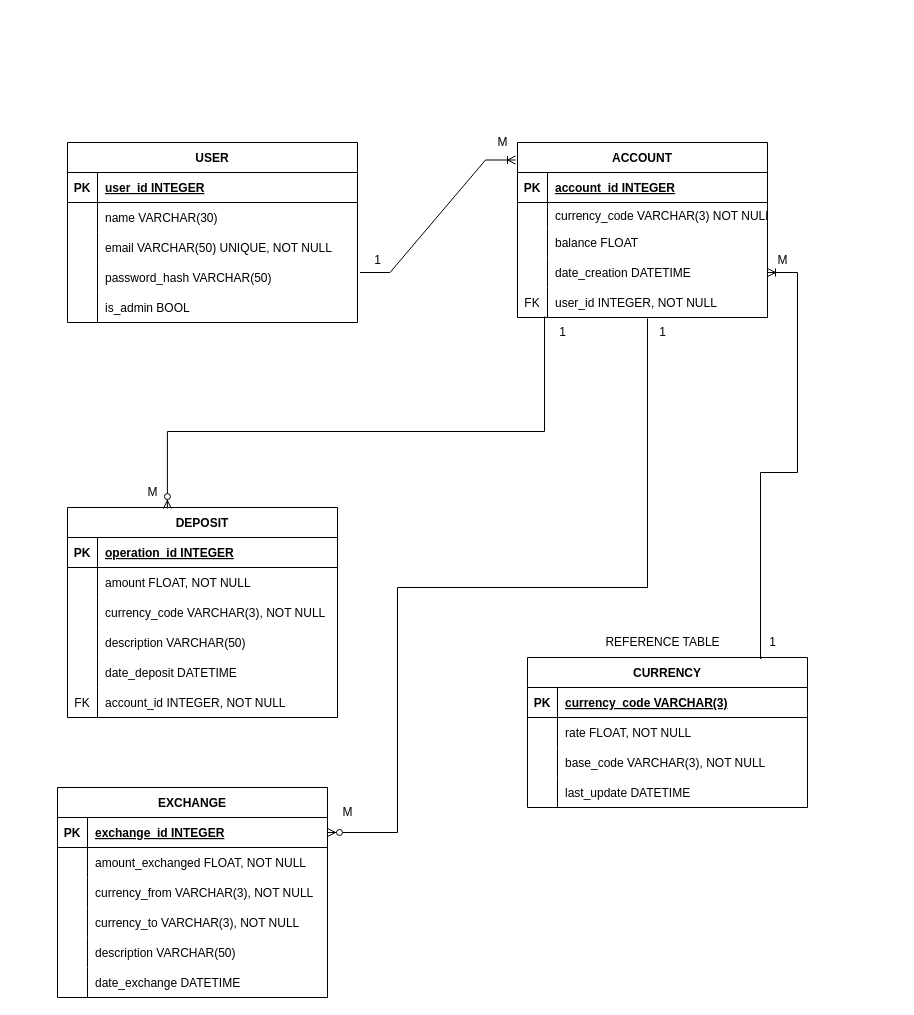
Above: Currency_exchange.drawio in danilo90lan/API_Web_Server_Currency_Exchange (draw.io), before the change. Source tidied: cells renumbered, new cells numbered last; positions are measured from the earlier drawing's top-left corner, leaving out a move shared by most shapes. Both pictures are drawn from the tidied source at 100%, with x=0, y=0 at pixel (57, 127).
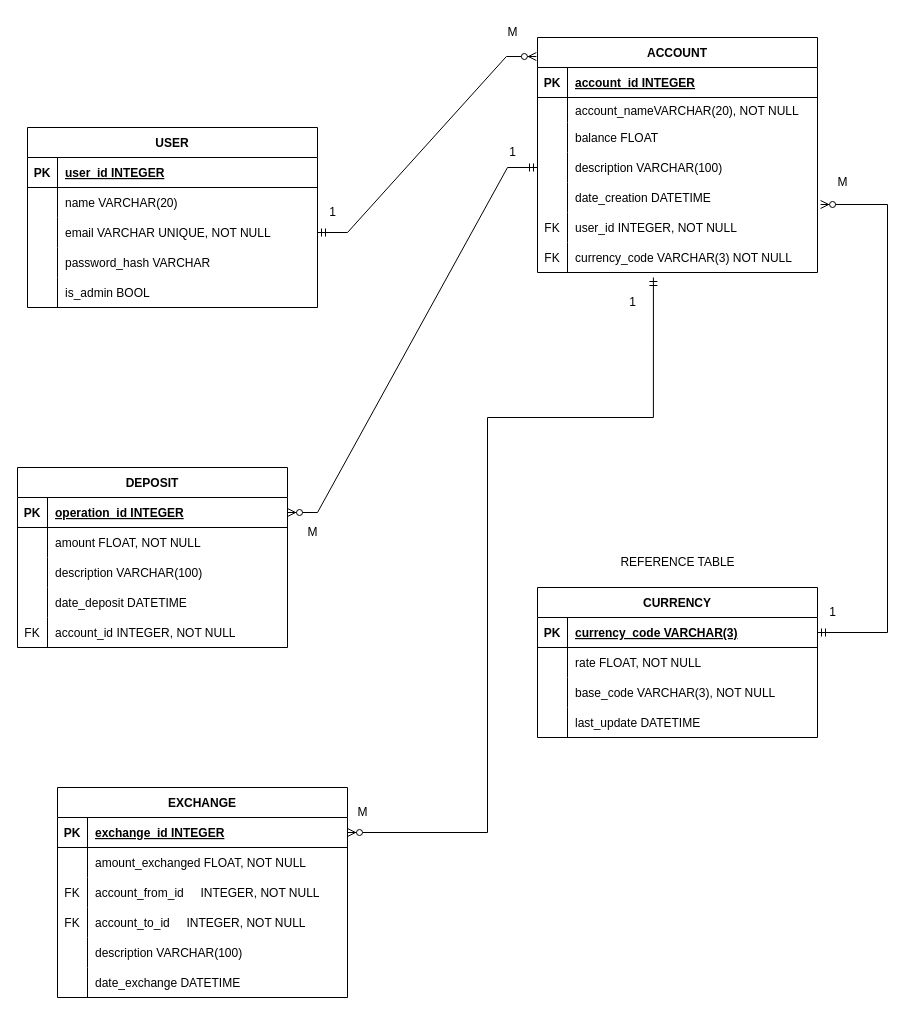
The same diagram, later.

The change refers to these unchanged cells:
```xml
<mxCell id="6" style="shape=partialRectangle;fillColor=none;top=0;left=0;right=0;bottom=0;" parent="2" vertex="1">
  <mxGeometry y="60" width="290" height="30" as="geometry" />
</mxCell>
<mxCell id="9" style="shape=partialRectangle;fillColor=none;points=[[0,0.5],[1,0.5]];portConstraint=eastwest;top=0;left=0;right=0;bottom=0;" parent="2" vertex="1">
  <mxGeometry y="90" width="290" height="30" as="geometry" />
</mxCell>
<mxCell id="12" style="shape=partialRectangle;fillColor=none;top=0;left=0;right=0;bottom=0;" parent="2" vertex="1">
  <mxGeometry y="120" width="290" height="30" as="geometry" />
</mxCell>
<mxCell id="35" style="shape=partialRectangle;fillColor=none;points=[[0,0.5],[1,0.5]];portConstraint=eastwest;top=0;left=0;right=0;bottom=1;" parent="34" vertex="1">
  <mxGeometry y="30" width="270" height="30" as="geometry" />
</mxCell>
<mxCell id="41" style="shape=partialRectangle;fillColor=none;top=0;left=0;right=0;bottom=0;" parent="34" vertex="1">
  <mxGeometry y="90" width="270" height="30" as="geometry" />
</mxCell>
<mxCell id="44" style="shape=partialRectangle;fillColor=none;top=0;left=0;right=0;bottom=0;" parent="34" vertex="1">
  <mxGeometry y="120" width="270" height="30" as="geometry" />
</mxCell>
<mxCell id="47" style="shape=partialRectangle;fillColor=none;top=0;left=0;right=0;bottom=0;" parent="34" vertex="1">
  <mxGeometry y="150" width="270" height="30" as="geometry" />
</mxCell>
<mxCell id="79" style="shape=partialRectangle;fillColor=none;points=[[0,0.5],[1,0.5]];portConstraint=eastwest;top=0;left=0;right=0;bottom=1;" parent="78" vertex="1">
  <mxGeometry y="30" width="280" height="30" as="geometry" />
</mxCell>
```

Diff of the diagram source:
```diff
@@
     <mxCell id="2" value="USER" style="shape=table;startSize=30;childLayout=tableLayout;rowLines=0;fontStyle=1;align=center;" parent="1" vertex="1">
-      <mxGeometry x="10" y="15" width="290" height="180" as="geometry" />
+      <mxGeometry x="-30" width="290" height="180" as="geometry" />
     </mxCell>
@@
-    <mxCell id="8" value="name VARCHAR(30)" style="shape=partialRectangle;overflow=hidden;fillColor=none;top=0;left=0;bottom=0;right=0;align=left;spacingLeft=6;" parent="6" vertex="1">
+    <mxCell id="8" value="name VARCHAR(20)" style="shape=partialRectangle;overflow=hidden;fillColor=none;top=0;left=0;bottom=0;right=0;align=left;spacingLeft=6;" parent="6" vertex="1">
       <mxGeometry x="30" width="260" height="30" as="geometry" />
     </mxCell>
@@
-    <mxCell id="11" value="email VARCHAR(50) UNIQUE, NOT NULL" style="shape=partialRectangle;overflow=hidden;fillColor=none;top=0;left=0;bottom=0;right=0;align=left;spacingLeft=6;" parent="9" vertex="1">
+    <mxCell id="11" value="email VARCHAR UNIQUE, NOT NULL" style="shape=partialRectangle;overflow=hidden;fillColor=none;top=0;left=0;bottom=0;right=0;align=left;spacingLeft=6;" parent="9" vertex="1">
       <mxGeometry x="30" width="260" height="30" as="geometry" />
     </mxCell>
@@
-    <mxCell id="14" value="password_hash VARCHAR(50)" style="shape=partialRectangle;overflow=hidden;fillColor=none;top=0;left=0;bottom=0;right=0;align=left;spacingLeft=6;" parent="12" vertex="1">
+    <mxCell id="14" value="password_hash VARCHAR" style="shape=partialRectangle;overflow=hidden;fillColor=none;top=0;left=0;bottom=0;right=0;align=left;spacingLeft=6;" parent="12" vertex="1">
       <mxGeometry x="30" width="260" height="30" as="geometry" />
     </mxCell>
@@
     <mxCell id="18" value="ACCOUNT" style="shape=table;startSize=30;childLayout=tableLayout;rowLines=0;fontStyle=1;align=center;" parent="1" vertex="1">
-      <mxGeometry x="460" y="15" width="250" height="175" as="geometry" />
+      <mxGeometry x="480" y="-90" width="280" height="235" as="geometry" />
     </mxCell>
     <mxCell id="19" style="shape=partialRectangle;fillColor=none;top=0;left=0;right=0;bottom=1;" parent="18" vertex="1">
-      <mxGeometry y="30" width="250" height="30" as="geometry" />
+      <mxGeometry y="30" width="280" height="30" as="geometry" />
     </mxCell>
@@
     <mxCell id="21" value="account_id INTEGER" style="shape=partialRectangle;overflow=hidden;fillColor=none;top=0;left=0;bottom=0;right=0;align=left;spacingLeft=6;fontStyle=5;" parent="19" vertex="1">
-      <mxGeometry x="30" width="220" height="30" as="geometry" />
+      <mxGeometry x="30" width="250" height="30" as="geometry" />
     </mxCell>
     <mxCell id="22" style="shape=partialRectangle;fillColor=none;top=0;left=0;right=0;bottom=0;" parent="18" vertex="1">
-      <mxGeometry y="60" width="250" height="25" as="geometry" />
+      <mxGeometry y="60" width="280" height="25" as="geometry" />
     </mxCell>
@@
-    <mxCell id="24" value="currency_code VARCHAR(3) NOT NULL" style="shape=partialRectangle;overflow=hidden;fillColor=none;top=0;left=0;bottom=0;right=0;align=left;spacingLeft=6;" parent="22" vertex="1">
-      <mxGeometry x="30" width="220" height="25" as="geometry" />
+    <mxCell id="24" value="account_nameVARCHAR(20), NOT NULL" style="shape=partialRectangle;overflow=hidden;fillColor=none;top=0;left=0;bottom=0;right=0;align=left;spacingLeft=6;" parent="22" vertex="1">
+      <mxGeometry x="30" width="250" height="25" as="geometry" />
     </mxCell>
     <mxCell id="25" style="shape=partialRectangle;fillColor=none;top=0;left=0;right=0;bottom=0;" parent="18" vertex="1">
-      <mxGeometry y="85" width="250" height="30" as="geometry" />
+      <mxGeometry y="85" width="280" height="30" as="geometry" />
     </mxCell>
@@
     <mxCell id="27" value="balance FLOAT" style="shape=partialRectangle;overflow=hidden;fillColor=none;top=0;left=0;bottom=0;right=0;align=left;spacingLeft=6;" parent="25" vertex="1">
-      <mxGeometry x="30" width="220" height="30" as="geometry" />
+      <mxGeometry x="30" width="250" height="30" as="geometry" />
     </mxCell>
     <mxCell id="28" style="shape=partialRectangle;fillColor=none;points=[[0,0.5],[1,0.5]];portConstraint=eastwest;top=0;left=0;right=0;bottom=0;" parent="18" vertex="1">
-      <mxGeometry y="115" width="250" height="30" as="geometry" />
+      <mxGeometry y="115" width="280" height="30" as="geometry" />
     </mxCell>
@@
-    <mxCell id="30" value="date_creation DATETIME" style="shape=partialRectangle;overflow=hidden;fillColor=none;top=0;left=0;bottom=0;right=0;align=left;spacingLeft=6;" parent="28" vertex="1">
-      <mxGeometry x="30" width="220" height="30" as="geometry" />
+    <mxCell id="30" value="description VARCHAR(100)" style="shape=partialRectangle;overflow=hidden;fillColor=none;top=0;left=0;bottom=0;right=0;align=left;spacingLeft=6;" parent="28" vertex="1">
+      <mxGeometry x="30" width="250" height="30" as="geometry" />
     </mxCell>
     <mxCell id="31" style="shape=partialRectangle;fillColor=none;points=[[0,0.5],[1,0.5]];portConstraint=eastwest;top=0;left=0;right=0;bottom=0;" parent="18" vertex="1">
-      <mxGeometry y="145" width="250" height="30" as="geometry" />
+      <mxGeometry y="145" width="280" height="30" as="geometry" />
     </mxCell>
-    <mxCell id="32" value="FK" style="shape=partialRectangle;overflow=hidden;fillColor=none;top=0;left=0;bottom=0;right=0;" parent="31" vertex="1">
+    <mxCell id="32" style="shape=partialRectangle;overflow=hidden;fillColor=none;top=0;left=0;bottom=0;right=0;" parent="31" vertex="1">
       <mxGeometry width="30" height="30" as="geometry" />
     </mxCell>
-    <mxCell id="33" value="user_id INTEGER, NOT NULL" style="shape=partialRectangle;overflow=hidden;fillColor=none;top=0;left=0;bottom=0;right=0;align=left;spacingLeft=6;" parent="31" vertex="1">
-      <mxGeometry x="30" width="220" height="30" as="geometry" />
+    <mxCell id="33" value="date_creation DATETIME" style="shape=partialRectangle;overflow=hidden;fillColor=none;top=0;left=0;bottom=0;right=0;align=left;spacingLeft=6;" parent="31" vertex="1">
+      <mxGeometry x="30" width="250" height="30" as="geometry" />
     </mxCell>
+    <mxCell id="98" style="shape=partialRectangle;fillColor=none;top=0;left=0;right=0;bottom=0;" parent="18" vertex="1">
+      <mxGeometry y="175" width="280" height="30" as="geometry" />
+    </mxCell>
+    <mxCell id="99" value="FK" style="shape=partialRectangle;overflow=hidden;fillColor=none;top=0;left=0;bottom=0;right=0;" parent="98" vertex="1">
+      <mxGeometry width="30" height="30" as="geometry" />
+    </mxCell>
+    <mxCell id="100" value="user_id INTEGER, NOT NULL" style="shape=partialRectangle;overflow=hidden;fillColor=none;top=0;left=0;bottom=0;right=0;align=left;spacingLeft=6;" parent="98" vertex="1">
+      <mxGeometry x="30" width="250" height="30" as="geometry" />
+    </mxCell>
+    <mxCell id="101" style="shape=partialRectangle;fillColor=none;points=[[0,0.5],[1,0.5]];portConstraint=eastwest;top=0;left=0;right=0;bottom=0;" parent="18" vertex="1">
+      <mxGeometry y="205" width="280" height="30" as="geometry" />
+    </mxCell>
+    <mxCell id="102" value="FK" style="shape=partialRectangle;overflow=hidden;fillColor=none;top=0;left=0;bottom=0;right=0;" parent="101" vertex="1">
+      <mxGeometry width="30" height="30" as="geometry" />
+    </mxCell>
+    <mxCell id="103" value="currency_code VARCHAR(3) NOT NULL" style="shape=partialRectangle;overflow=hidden;fillColor=none;top=0;left=0;bottom=0;right=0;align=left;spacingLeft=6;" parent="101" vertex="1">
+      <mxGeometry x="30" width="250" height="30" as="geometry" />
+    </mxCell>
     <mxCell id="34" value="DEPOSIT" style="shape=table;startSize=30;childLayout=tableLayout;rowLines=0;fontStyle=1;align=center;" parent="1" vertex="1">
-      <mxGeometry x="10" y="380" width="270" height="210" as="geometry" />
+      <mxGeometry x="-40" y="340" width="270" height="180" as="geometry" />
     </mxCell>
@@
-    <mxCell id="43" value="currency_code VARCHAR(3), NOT NULL" style="shape=partialRectangle;overflow=hidden;fillColor=none;top=0;left=0;bottom=0;right=0;align=left;spacingLeft=6;" parent="41" vertex="1">
+    <mxCell id="43" value="description VARCHAR(100)" style="shape=partialRectangle;overflow=hidden;fillColor=none;top=0;left=0;bottom=0;right=0;align=left;spacingLeft=6;" parent="41" vertex="1">
       <mxGeometry x="30" width="240" height="30" as="geometry" />
     </mxCell>
@@
-    <mxCell id="46" value="description VARCHAR(50)" style="shape=partialRectangle;overflow=hidden;fillColor=none;top=0;left=0;bottom=0;right=0;align=left;spacingLeft=6;" parent="44" vertex="1">
+    <mxCell id="46" value="date_deposit DATETIME" style="shape=partialRectangle;overflow=hidden;fillColor=none;top=0;left=0;bottom=0;right=0;align=left;spacingLeft=6;" parent="44" vertex="1">
       <mxGeometry x="30" width="240" height="30" as="geometry" />
     </mxCell>
@@
-    <mxCell id="48" style="shape=partialRectangle;overflow=hidden;fillColor=none;top=0;left=0;bottom=0;right=0;" parent="47" vertex="1">
+    <mxCell id="48" value="FK" style="shape=partialRectangle;overflow=hidden;fillColor=none;top=0;left=0;bottom=0;right=0;" parent="47" vertex="1">
       <mxGeometry width="30" height="30" as="geometry" />
     </mxCell>
-    <mxCell id="49" value="date_deposit DATETIME" style="shape=partialRectangle;overflow=hidden;fillColor=none;top=0;left=0;bottom=0;right=0;align=left;spacingLeft=6;" parent="47" vertex="1">
+    <mxCell id="49" value="account_id INTEGER, NOT NULL" style="shape=partialRectangle;overflow=hidden;fillColor=none;top=0;left=0;bottom=0;right=0;align=left;spacingLeft=6;" parent="47" vertex="1">
       <mxGeometry x="30" width="240" height="30" as="geometry" />
     </mxCell>
-    <mxCell id="50" style="shape=partialRectangle;fillColor=none;top=0;left=0;right=0;bottom=0;" parent="34" vertex="1">
-      <mxGeometry y="180" width="270" height="30" as="geometry" />
-    </mxCell>
-    <mxCell id="51" value="FK" style="shape=partialRectangle;overflow=hidden;fillColor=none;top=0;left=0;bottom=0;right=0;" parent="50" vertex="1">
-      <mxGeometry width="30" height="30" as="geometry" />
-    </mxCell>
-    <mxCell id="52" value="account_id INTEGER, NOT NULL" style="shape=partialRectangle;overflow=hidden;fillColor=none;top=0;left=0;bottom=0;right=0;align=left;spacingLeft=6;" parent="50" vertex="1">
-      <mxGeometry x="30" width="240" height="30" as="geometry" />
-    </mxCell>
     <mxCell id="53" value="EXCHANGE" style="shape=table;startSize=30;childLayout=tableLayout;rowLines=0;fontStyle=1;align=center;" parent="1" vertex="1">
-      <mxGeometry y="660" width="270" height="210" as="geometry" />
+      <mxGeometry y="660" width="290" height="210" as="geometry" />
     </mxCell>
     <mxCell id="54" style="shape=partialRectangle;fillColor=none;points=[[0,0.5],[1,0.5]];portConstraint=eastwest;top=0;left=0;right=0;bottom=1;" parent="53" vertex="1">
-      <mxGeometry y="30" width="270" height="30" as="geometry" />
+      <mxGeometry y="30" width="290" height="30" as="geometry" />
     </mxCell>
@@
     <mxCell id="56" value="exchange_id INTEGER" style="shape=partialRectangle;overflow=hidden;fillColor=none;top=0;left=0;bottom=0;right=0;align=left;spacingLeft=6;fontStyle=5;" parent="54" vertex="1">
-      <mxGeometry x="30" width="240" height="30" as="geometry" />
+      <mxGeometry x="30" width="260" height="30" as="geometry" />
     </mxCell>
     <mxCell id="57" style="shape=partialRectangle;fillColor=none;top=0;left=0;right=0;bottom=0;" parent="53" vertex="1">
-      <mxGeometry y="60" width="270" height="30" as="geometry" />
+      <mxGeometry y="60" width="290" height="30" as="geometry" />
     </mxCell>
@@
     <mxCell id="59" value="amount_exchanged FLOAT, NOT NULL" style="shape=partialRectangle;overflow=hidden;fillColor=none;top=0;left=0;bottom=0;right=0;align=left;spacingLeft=6;" parent="57" vertex="1">
-      <mxGeometry x="30" width="240" height="30" as="geometry" />
+      <mxGeometry x="30" width="260" height="30" as="geometry" />
     </mxCell>
     <mxCell id="60" style="shape=partialRectangle;fillColor=none;top=0;left=0;right=0;bottom=0;" parent="53" vertex="1">
-      <mxGeometry y="90" width="270" height="30" as="geometry" />
+      <mxGeometry y="90" width="290" height="30" as="geometry" />
     </mxCell>
-    <mxCell id="61" style="shape=partialRectangle;overflow=hidden;fillColor=none;top=0;left=0;bottom=0;right=0;" parent="60" vertex="1">
+    <mxCell id="61" value="FK" style="shape=partialRectangle;overflow=hidden;fillColor=none;top=0;left=0;bottom=0;right=0;" parent="60" vertex="1">
       <mxGeometry width="30" height="30" as="geometry" />
     </mxCell>
-    <mxCell id="62" value="currency_from VARCHAR(3), NOT NULL" style="shape=partialRectangle;overflow=hidden;fillColor=none;top=0;left=0;bottom=0;right=0;align=left;spacingLeft=6;" parent="60" vertex="1">
-      <mxGeometry x="30" width="240" height="30" as="geometry" />
+    <mxCell id="62" value="account_from_id     INTEGER, NOT NULL" style="shape=partialRectangle;overflow=hidden;fillColor=none;top=0;left=0;bottom=0;right=0;align=left;spacingLeft=6;" parent="60" vertex="1">
+      <mxGeometry x="30" width="260" height="30" as="geometry" />
     </mxCell>
     <mxCell id="63" style="shape=partialRectangle;fillColor=none;top=0;left=0;right=0;bottom=0;" parent="53" vertex="1">
-      <mxGeometry y="120" width="270" height="30" as="geometry" />
+      <mxGeometry y="120" width="290" height="30" as="geometry" />
     </mxCell>
-    <mxCell id="64" style="shape=partialRectangle;overflow=hidden;fillColor=none;top=0;left=0;bottom=0;right=0;" parent="63" vertex="1">
+    <mxCell id="64" value="FK" style="shape=partialRectangle;overflow=hidden;fillColor=none;top=0;left=0;bottom=0;right=0;" parent="63" vertex="1">
       <mxGeometry width="30" height="30" as="geometry" />
     </mxCell>
-    <mxCell id="65" value="currency_to VARCHAR(3), NOT NULL" style="shape=partialRectangle;overflow=hidden;fillColor=none;top=0;left=0;bottom=0;right=0;align=left;spacingLeft=6;" parent="63" vertex="1">
-      <mxGeometry x="30" width="240" height="30" as="geometry" />
+    <mxCell id="65" value="account_to_id     INTEGER, NOT NULL" style="shape=partialRectangle;overflow=hidden;fillColor=none;top=0;left=0;bottom=0;right=0;align=left;spacingLeft=6;" parent="63" vertex="1">
+      <mxGeometry x="30" width="260" height="30" as="geometry" />
     </mxCell>
     <mxCell id="66" style="shape=partialRectangle;fillColor=none;top=0;left=0;right=0;bottom=0;" parent="53" vertex="1">
-      <mxGeometry y="150" width="270" height="30" as="geometry" />
+      <mxGeometry y="150" width="290" height="30" as="geometry" />
     </mxCell>
@@
-    <mxCell id="68" value="description VARCHAR(50)" style="shape=partialRectangle;overflow=hidden;fillColor=none;top=0;left=0;bottom=0;right=0;align=left;spacingLeft=6;" parent="66" vertex="1">
-      <mxGeometry x="30" width="240" height="30" as="geometry" />
+    <mxCell id="68" value="description VARCHAR(100)" style="shape=partialRectangle;overflow=hidden;fillColor=none;top=0;left=0;bottom=0;right=0;align=left;spacingLeft=6;" parent="66" vertex="1">
+      <mxGeometry x="30" width="260" height="30" as="geometry" />
     </mxCell>
     <mxCell id="69" style="shape=partialRectangle;fillColor=none;top=0;left=0;right=0;bottom=0;" parent="53" vertex="1">
-      <mxGeometry y="180" width="270" height="30" as="geometry" />
+      <mxGeometry y="180" width="290" height="30" as="geometry" />
     </mxCell>
@@
     <mxCell id="71" value="date_exchange DATETIME" style="shape=partialRectangle;overflow=hidden;fillColor=none;top=0;left=0;bottom=0;right=0;align=left;spacingLeft=6;" parent="69" vertex="1">
-      <mxGeometry x="30" width="240" height="30" as="geometry" />
+      <mxGeometry x="30" width="260" height="30" as="geometry" />
     </mxCell>
-    <mxCell id="72" style="edgeStyle=entityRelationEdgeStyle;fontSize=12;html=1;endArrow=ERoneToMany;rounded=0;entryX=-0.008;entryY=0.1;entryDx=0;entryDy=0;entryPerimeter=0;" parent="1" edge="1" target="18">
-      <mxGeometry relative="1" as="geometry">
-        <mxPoint x="302.5" y="145" as="sourcePoint" />
-      </mxGeometry>
-    </mxCell>
-    <mxCell id="73" style="edgeStyle=orthogonalEdgeStyle;fontSize=12;html=1;endArrow=ERzeroToMany;endFill=1;rounded=0;exitX=0.108;exitY=0.967;exitDx=0;exitDy=0;exitPerimeter=0;entryX=0.37;entryY=0.005;entryDx=0;entryDy=0;entryPerimeter=0;" parent="1" edge="1" source="31" target="34">
-      <mxGeometry relative="1" as="geometry">
-        <Array as="points">
-          <mxPoint x="487" y="304" />
-          <mxPoint x="110" y="304" />
-        </Array>
-      </mxGeometry>
-    </mxCell>
     <mxCell id="74" value="M" style="text;html=1;align=center;verticalAlign=middle;strokeColor=none;fillColor=none;" parent="1" vertex="1">
-      <mxGeometry x="430" width="30" height="30" as="geometry" />
+      <mxGeometry x="440" y="-110" width="30" height="30" as="geometry" />
     </mxCell>
     <mxCell id="75" value="1" style="text;html=1;align=center;verticalAlign=middle;strokeColor=none;fillColor=none;" parent="1" vertex="1">
-      <mxGeometry x="305" y="118" width="30" height="30" as="geometry" />
+      <mxGeometry x="260" y="70" width="30" height="30" as="geometry" />
     </mxCell>
     <mxCell id="76" value="M" style="text;html=1;align=center;verticalAlign=middle;strokeColor=none;fillColor=none;" parent="1" vertex="1">
-      <mxGeometry x="80" y="350" width="30" height="30" as="geometry" />
+      <mxGeometry x="240" y="390" width="30" height="30" as="geometry" />
     </mxCell>
     <mxCell id="77" value="1" style="text;html=1;align=center;verticalAlign=middle;strokeColor=none;fillColor=none;" parent="1" vertex="1">
-      <mxGeometry x="490" y="190" width="30" height="30" as="geometry" />
+      <mxGeometry x="440" y="10" width="30" height="30" as="geometry" />
     </mxCell>
     <mxCell id="78" value="CURRENCY" style="shape=table;startSize=30;childLayout=tableLayout;rowLines=0;fontStyle=1;align=center;" parent="1" vertex="1">
-      <mxGeometry x="470" y="530" width="280" height="150" as="geometry" />
+      <mxGeometry x="480" y="460" width="280" height="150" as="geometry" />
     </mxCell>
@@
     <mxCell id="91" value="REFERENCE TABLE" style="text;html=1;align=center;verticalAlign=middle;strokeColor=none;fillColor=none;" parent="1" vertex="1">
-      <mxGeometry x="535" y="500" width="140" height="30" as="geometry" />
+      <mxGeometry x="550" y="420" width="140" height="30" as="geometry" />
     </mxCell>
-    <mxCell id="92" style="edgeStyle=orthogonalEdgeStyle;fontSize=12;html=1;endArrow=ERzeroToMany;endFill=1;rounded=0;entryX=1;entryY=0.5;entryDx=0;entryDy=0;exitX=0.52;exitY=1.033;exitDx=0;exitDy=0;exitPerimeter=0;" parent="1" edge="1" source="31" target="54">
-      <mxGeometry relative="1" as="geometry">
-        <Array as="points">
-          <mxPoint x="590" y="460" />
-          <mxPoint x="340" y="460" />
-          <mxPoint x="340" y="705" />
-        </Array>
-      </mxGeometry>
-    </mxCell>
     <mxCell id="93" value="1" style="text;html=1;align=center;verticalAlign=middle;strokeColor=none;fillColor=none;" parent="1" vertex="1">
-      <mxGeometry x="590" y="190" width="30" height="30" as="geometry" />
+      <mxGeometry x="560" y="160" width="30" height="30" as="geometry" />
     </mxCell>
     <mxCell id="94" value="M" style="text;html=1;align=center;verticalAlign=middle;strokeColor=none;fillColor=none;" parent="1" vertex="1">
-      <mxGeometry x="275" y="670" width="30" height="30" as="geometry" />
+      <mxGeometry x="290" y="670" width="30" height="30" as="geometry" />
     </mxCell>
-    <mxCell id="95" style="edgeStyle=orthogonalEdgeStyle;fontSize=12;html=1;endArrow=ERoneToMany;rounded=0;exitX=0.836;exitY=0.007;exitDx=0;exitDy=0;exitPerimeter=0;entryX=1;entryY=0.5;entryDx=0;entryDy=0;" parent="1" edge="1" source="78" target="28">
-      <mxGeometry relative="1" as="geometry">
-        <Array as="points">
-          <mxPoint x="703" y="531" />
-          <mxPoint x="703" y="345" />
-          <mxPoint x="740" y="345" />
-          <mxPoint x="740" y="145" />
-        </Array>
-      </mxGeometry>
-    </mxCell>
     <mxCell id="96" value="M" style="text;html=1;align=center;verticalAlign=middle;strokeColor=none;fillColor=none;" parent="1" vertex="1">
-      <mxGeometry x="710" y="118" width="30" height="30" as="geometry" />
+      <mxGeometry x="770" y="40" width="30" height="30" as="geometry" />
     </mxCell>
     <mxCell id="97" value="1" style="text;html=1;align=center;verticalAlign=middle;strokeColor=none;fillColor=none;" parent="1" vertex="1">
-      <mxGeometry x="700" y="500" width="30" height="30" as="geometry" />
+      <mxGeometry x="760" y="470" width="30" height="30" as="geometry" />
     </mxCell>
+    <mxCell id="104" style="edgeStyle=entityRelationEdgeStyle;fontSize=12;html=1;endArrow=ERzeroToMany;startArrow=ERmandOne;rounded=0;exitX=1;exitY=0.5;exitDx=0;exitDy=0;entryX=-0.004;entryY=0.081;entryDx=0;entryDy=0;entryPerimeter=0;" parent="1" edge="1" source="9" target="18">
+      <mxGeometry relative="1" as="geometry" />
+    </mxCell>
+    <mxCell id="105" style="edgeStyle=entityRelationEdgeStyle;fontSize=12;html=1;endArrow=ERzeroToMany;startArrow=ERmandOne;rounded=0;entryX=1;entryY=0.5;entryDx=0;entryDy=0;exitX=0;exitY=0.5;exitDx=0;exitDy=0;" parent="1" edge="1" source="28" target="35">
+      <mxGeometry relative="1" as="geometry" />
+    </mxCell>
+    <mxCell id="106" style="edgeStyle=orthogonalEdgeStyle;fontSize=12;html=1;endArrow=ERzeroToMany;startArrow=ERmandOne;rounded=0;entryX=1;entryY=0.5;entryDx=0;entryDy=0;exitX=0.414;exitY=1.167;exitDx=0;exitDy=0;exitPerimeter=0;" parent="1" edge="1" source="101" target="54">
+      <mxGeometry relative="1" as="geometry">
+        <Array as="points">
+          <mxPoint x="596" y="290" />
+          <mxPoint x="430" y="290" />
+          <mxPoint x="430" y="705" />
+        </Array>
+      </mxGeometry>
+    </mxCell>
+    <mxCell id="107" style="edgeStyle=orthogonalEdgeStyle;fontSize=12;html=1;endArrow=ERzeroToMany;startArrow=ERmandOne;rounded=0;exitX=1;exitY=0.5;exitDx=0;exitDy=0;entryX=1.011;entryY=0.733;entryDx=0;entryDy=0;entryPerimeter=0;" parent="1" edge="1" source="79" target="31">
+      <mxGeometry relative="1" as="geometry">
+        <Array as="points">
+          <mxPoint x="830" y="505" />
+          <mxPoint x="830" y="77" />
+        </Array>
+      </mxGeometry>
+    </mxCell>
```
